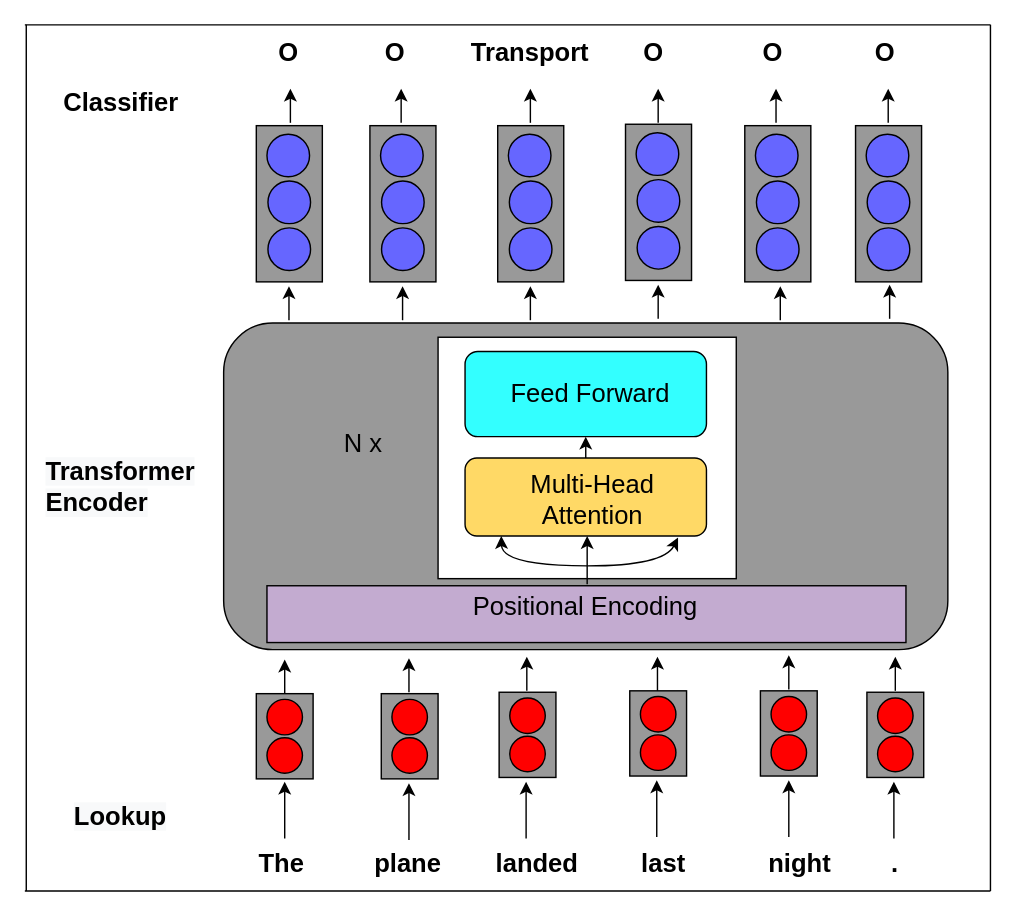
Above: transformer network.drawio in gitofding/first_repository (draw.io), before the change. Source tidied: cells renumbered, new cells numbered last; positions are measured from the earlier drawing's top-left corner, leaving out a move shared by most shapes. Both pictures are drawn from the tidied source at 142%, with x=0, y=0 at pixel (24, 24).
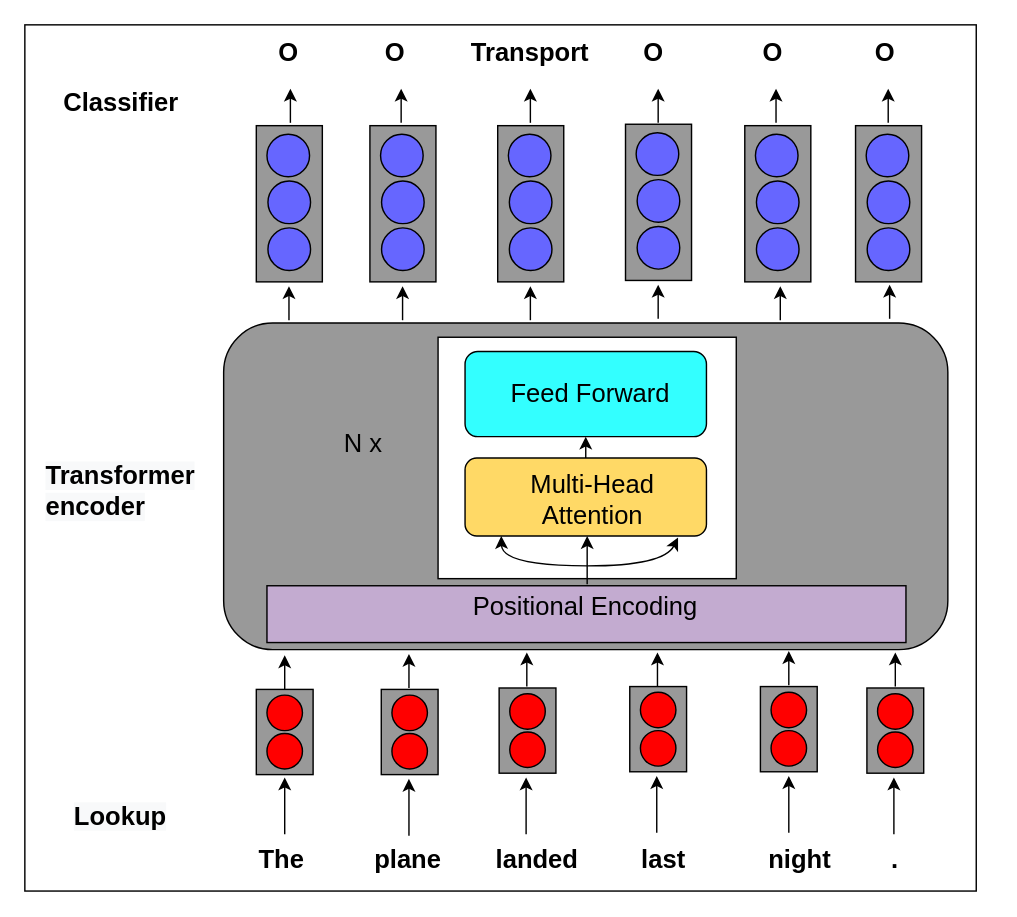
After the change.

Diff of the diagram source:
```diff
@@
     <mxCell id="3" style="rounded=0;whiteSpace=wrap;html=1;fillColor=#999999;" parent="1" vertex="1">
-      <mxGeometry x="163" y="471" width="40" height="60" as="geometry" />
+      <mxGeometry x="163" y="468" width="40" height="60" as="geometry" />
     </mxCell>
     <mxCell id="4" style="ellipse;whiteSpace=wrap;html=1;fillColor=#FF0000;" parent="1" vertex="1">
-      <mxGeometry x="170.5" y="502" width="25" height="25" as="geometry" />
+      <mxGeometry x="170.5" y="499" width="25" height="25" as="geometry" />
     </mxCell>
     <mxCell id="5" style="ellipse;whiteSpace=wrap;html=1;fillColor=#FF0000;" parent="1" vertex="1">
-      <mxGeometry x="170.5" y="475" width="25" height="25" as="geometry" />
+      <mxGeometry x="170.5" y="472" width="25" height="25" as="geometry" />
     </mxCell>
@@
     <mxCell id="30" style="rounded=0;whiteSpace=wrap;html=1;fillColor=#999999;" parent="1" vertex="1">
-      <mxGeometry x="251" y="471" width="40" height="60" as="geometry" />
+      <mxGeometry x="251" y="468" width="40" height="60" as="geometry" />
     </mxCell>
     <mxCell id="31" style="ellipse;whiteSpace=wrap;html=1;fillColor=#FF0000;" parent="1" vertex="1">
-      <mxGeometry x="258.5" y="502" width="25" height="25" as="geometry" />
+      <mxGeometry x="258.5" y="499" width="25" height="25" as="geometry" />
     </mxCell>
     <mxCell id="32" style="ellipse;whiteSpace=wrap;html=1;fillColor=#FF0000;" parent="1" vertex="1">
-      <mxGeometry x="258.5" y="475" width="25" height="25" as="geometry" />
+      <mxGeometry x="258.5" y="472" width="25" height="25" as="geometry" />
     </mxCell>
     <mxCell id="33" style="rounded=0;whiteSpace=wrap;html=1;fillColor=#999999;" parent="1" vertex="1">
-      <mxGeometry x="334" y="470" width="40" height="60" as="geometry" />
+      <mxGeometry x="334" y="467" width="40" height="60" as="geometry" />
     </mxCell>
     <mxCell id="34" style="ellipse;whiteSpace=wrap;html=1;fillColor=#FF0000;" parent="1" vertex="1">
-      <mxGeometry x="341.5" y="501" width="25" height="25" as="geometry" />
+      <mxGeometry x="341.5" y="498" width="25" height="25" as="geometry" />
     </mxCell>
     <mxCell id="35" style="ellipse;whiteSpace=wrap;html=1;fillColor=#FF0000;" parent="1" vertex="1">
-      <mxGeometry x="341.5" y="474" width="25" height="25" as="geometry" />
+      <mxGeometry x="341.5" y="471" width="25" height="25" as="geometry" />
     </mxCell>
     <mxCell id="36" style="rounded=0;whiteSpace=wrap;html=1;fillColor=#999999;" parent="1" vertex="1">
-      <mxGeometry x="426" y="469" width="40" height="60" as="geometry" />
+      <mxGeometry x="426" y="466" width="40" height="60" as="geometry" />
     </mxCell>
     <mxCell id="37" style="ellipse;whiteSpace=wrap;html=1;fillColor=#FF0000;" parent="1" vertex="1">
-      <mxGeometry x="433.5" y="500" width="25" height="25" as="geometry" />
+      <mxGeometry x="433.5" y="497" width="25" height="25" as="geometry" />
     </mxCell>
     <mxCell id="38" style="ellipse;whiteSpace=wrap;html=1;fillColor=#FF0000;" parent="1" vertex="1">
-      <mxGeometry x="433.5" y="473" width="25" height="25" as="geometry" />
+      <mxGeometry x="433.5" y="470" width="25" height="25" as="geometry" />
     </mxCell>
     <mxCell id="39" style="rounded=0;whiteSpace=wrap;html=1;fillColor=#999999;" parent="1" vertex="1">
-      <mxGeometry x="518" y="469" width="40" height="60" as="geometry" />
+      <mxGeometry x="518" y="466" width="40" height="60" as="geometry" />
     </mxCell>
     <mxCell id="40" style="ellipse;whiteSpace=wrap;html=1;fillColor=#FF0000;" parent="1" vertex="1">
-      <mxGeometry x="525.5" y="500" width="25" height="25" as="geometry" />
+      <mxGeometry x="525.5" y="497" width="25" height="25" as="geometry" />
     </mxCell>
     <mxCell id="41" style="ellipse;whiteSpace=wrap;html=1;fillColor=#FF0000;" parent="1" vertex="1">
-      <mxGeometry x="525.5" y="473" width="25" height="25" as="geometry" />
+      <mxGeometry x="525.5" y="470" width="25" height="25" as="geometry" />
     </mxCell>
     <mxCell id="42" style="rounded=0;whiteSpace=wrap;html=1;fillColor=#999999;" parent="1" vertex="1">
-      <mxGeometry x="593" y="470" width="40" height="60" as="geometry" />
+      <mxGeometry x="593" y="467" width="40" height="60" as="geometry" />
     </mxCell>
     <mxCell id="43" style="ellipse;whiteSpace=wrap;html=1;fillColor=#FF0000;" parent="1" vertex="1">
-      <mxGeometry x="600.5" y="501" width="25" height="25" as="geometry" />
+      <mxGeometry x="600.5" y="498" width="25" height="25" as="geometry" />
     </mxCell>
     <mxCell id="44" style="ellipse;whiteSpace=wrap;html=1;fillColor=#FF0000;" parent="1" vertex="1">
-      <mxGeometry x="600.5" y="474" width="25" height="25" as="geometry" />
+      <mxGeometry x="600.5" y="471" width="25" height="25" as="geometry" />
     </mxCell>
     <mxCell id="45" style="endArrow=classic;html=1;" parent="1" edge="1">
       <mxGeometry relative="1" as="geometry">
-        <mxPoint x="183" y="471" as="sourcePoint" />
-        <mxPoint x="183" y="447" as="targetPoint" />
+        <mxPoint x="183" y="468" as="sourcePoint" />
+        <mxPoint x="183" y="444" as="targetPoint" />
       </mxGeometry>
     </mxCell>
     <mxCell id="46" style="endArrow=classic;html=1;" parent="1" edge="1">
       <mxGeometry relative="1" as="geometry">
-        <mxPoint x="183" y="573" as="sourcePoint" />
-        <mxPoint x="183" y="533" as="targetPoint" />
+        <mxPoint x="183" y="570" as="sourcePoint" />
+        <mxPoint x="183" y="530" as="targetPoint" />
       </mxGeometry>
     </mxCell>
     <mxCell id="47" style="endArrow=classic;html=1;" parent="1" edge="1">
       <mxGeometry relative="1" as="geometry">
-        <mxPoint x="270.5" y="470" as="sourcePoint" />
-        <mxPoint x="270.5" y="446" as="targetPoint" />
+        <mxPoint x="270.5" y="467" as="sourcePoint" />
+        <mxPoint x="270.5" y="443" as="targetPoint" />
       </mxGeometry>
     </mxCell>
     <mxCell id="48" style="endArrow=classic;html=1;" parent="1" edge="1">
       <mxGeometry relative="1" as="geometry">
-        <mxPoint x="353.5" y="469" as="sourcePoint" />
-        <mxPoint x="353.5" y="445" as="targetPoint" />
+        <mxPoint x="353.5" y="466" as="sourcePoint" />
+        <mxPoint x="353.5" y="442" as="targetPoint" />
       </mxGeometry>
     </mxCell>
     <mxCell id="49" style="endArrow=classic;html=1;" parent="1" edge="1">
       <mxGeometry relative="1" as="geometry">
-        <mxPoint x="445.5" y="469" as="sourcePoint" />
-        <mxPoint x="445.5" y="445" as="targetPoint" />
+        <mxPoint x="445.5" y="466" as="sourcePoint" />
+        <mxPoint x="445.5" y="442" as="targetPoint" />
       </mxGeometry>
     </mxCell>
     <mxCell id="50" style="endArrow=classic;html=1;" parent="1" edge="1">
       <mxGeometry relative="1" as="geometry">
-        <mxPoint x="538" y="468" as="sourcePoint" />
-        <mxPoint x="538" y="444" as="targetPoint" />
+        <mxPoint x="538" y="465" as="sourcePoint" />
+        <mxPoint x="538" y="441" as="targetPoint" />
       </mxGeometry>
     </mxCell>
     <mxCell id="51" style="endArrow=classic;html=1;" parent="1" edge="1">
       <mxGeometry relative="1" as="geometry">
-        <mxPoint x="613" y="469" as="sourcePoint" />
-        <mxPoint x="613" y="445" as="targetPoint" />
+        <mxPoint x="613" y="466" as="sourcePoint" />
+        <mxPoint x="613" y="442" as="targetPoint" />
       </mxGeometry>
     </mxCell>
@@
     <mxCell id="58" style="endArrow=classic;html=1;" parent="1" edge="1">
       <mxGeometry relative="1" as="geometry">
-        <mxPoint x="270.5" y="574" as="sourcePoint" />
-        <mxPoint x="270.5" y="534" as="targetPoint" />
+        <mxPoint x="270.5" y="571" as="sourcePoint" />
+        <mxPoint x="270.5" y="531" as="targetPoint" />
       </mxGeometry>
     </mxCell>
     <mxCell id="59" style="endArrow=classic;html=1;" parent="1" edge="1">
       <mxGeometry relative="1" as="geometry">
-        <mxPoint x="353" y="573" as="sourcePoint" />
-        <mxPoint x="353" y="533" as="targetPoint" />
+        <mxPoint x="353" y="570" as="sourcePoint" />
+        <mxPoint x="353" y="530" as="targetPoint" />
       </mxGeometry>
     </mxCell>
     <mxCell id="60" style="endArrow=classic;html=1;" parent="1" edge="1">
       <mxGeometry relative="1" as="geometry">
-        <mxPoint x="445" y="572" as="sourcePoint" />
-        <mxPoint x="445" y="532" as="targetPoint" />
+        <mxPoint x="445" y="569" as="sourcePoint" />
+        <mxPoint x="445" y="529" as="targetPoint" />
       </mxGeometry>
     </mxCell>
     <mxCell id="61" style="endArrow=classic;html=1;" parent="1" edge="1">
       <mxGeometry relative="1" as="geometry">
-        <mxPoint x="612" y="573" as="sourcePoint" />
-        <mxPoint x="612" y="533" as="targetPoint" />
+        <mxPoint x="612" y="570" as="sourcePoint" />
+        <mxPoint x="612" y="530" as="targetPoint" />
       </mxGeometry>
     </mxCell>
     <mxCell id="62" style="endArrow=classic;html=1;" parent="1" edge="1">
       <mxGeometry relative="1" as="geometry">
-        <mxPoint x="538" y="572" as="sourcePoint" />
-        <mxPoint x="538" y="532" as="targetPoint" />
+        <mxPoint x="538" y="569" as="sourcePoint" />
+        <mxPoint x="538" y="529" as="targetPoint" />
       </mxGeometry>
     </mxCell>
@@
-    <mxCell id="70" value="&lt;b style=&quot;color: rgb(0 , 0 , 0) ; font-family: &amp;#34;helvetica&amp;#34; ; font-size: 18px ; font-style: normal ; letter-spacing: normal ; text-align: center ; text-indent: 0px ; text-transform: none ; word-spacing: 0px ; background-color: rgb(248 , 249 , 250)&quot;&gt;Transformer Encoder&lt;/b&gt;" style="text;whiteSpace=wrap;html=1;" parent="1" vertex="1">
-      <mxGeometry x="13" y="297.5" width="120" height="75" as="geometry" />
+    <mxCell id="70" value="&lt;b style=&quot;color: rgb(0 , 0 , 0) ; font-family: &amp;#34;helvetica&amp;#34; ; font-size: 18px ; font-style: normal ; letter-spacing: normal ; text-align: center ; text-indent: 0px ; text-transform: none ; word-spacing: 0px ; background-color: rgb(248 , 249 , 250)&quot;&gt;Transformer encoder&lt;/b&gt;" style="text;whiteSpace=wrap;html=1;" parent="1" vertex="1">
+      <mxGeometry x="13" y="301.2" width="110" height="62.5" as="geometry" />
     </mxCell>
@@
     <mxCell id="78" value="&lt;font style=&quot;font-size: 18px&quot;&gt;&lt;b&gt;The&lt;/b&gt;&lt;/font&gt;" style="text;html=1;strokeColor=none;fillColor=none;align=center;verticalAlign=middle;whiteSpace=wrap;rounded=0;" parent="1" vertex="1">
-      <mxGeometry x="161.2" y="581" width="40" height="20" as="geometry" />
+      <mxGeometry x="161.2" y="578" width="40" height="20" as="geometry" />
     </mxCell>
     <mxCell id="79" value="&lt;font style=&quot;font-size: 18px&quot;&gt;&lt;b&gt;plane&lt;/b&gt;&lt;/font&gt;" style="text;html=1;strokeColor=none;fillColor=none;align=center;verticalAlign=middle;whiteSpace=wrap;rounded=0;" parent="1" vertex="1">
-      <mxGeometry x="249.5" y="581" width="40" height="20" as="geometry" />
+      <mxGeometry x="249.5" y="578" width="40" height="20" as="geometry" />
     </mxCell>
     <mxCell id="80" value="&lt;font style=&quot;font-size: 18px&quot;&gt;&lt;b&gt;landed&lt;/b&gt;&lt;/font&gt;" style="text;html=1;strokeColor=none;fillColor=none;align=center;verticalAlign=middle;whiteSpace=wrap;rounded=0;" parent="1" vertex="1">
-      <mxGeometry x="341.2" y="581" width="40" height="20" as="geometry" />
+      <mxGeometry x="341.2" y="578" width="40" height="20" as="geometry" />
     </mxCell>
     <mxCell id="81" value="&lt;font style=&quot;font-size: 18px&quot;&gt;&lt;b&gt;last&lt;/b&gt;&lt;/font&gt;" style="text;html=1;strokeColor=none;fillColor=none;align=center;verticalAlign=middle;whiteSpace=wrap;rounded=0;" parent="1" vertex="1">
-      <mxGeometry x="429.5" y="581" width="40" height="20" as="geometry" />
+      <mxGeometry x="429.5" y="578" width="40" height="20" as="geometry" />
     </mxCell>
     <mxCell id="82" value="&lt;font style=&quot;font-size: 18px&quot;&gt;&lt;b&gt;night&lt;/b&gt;&lt;/font&gt;" style="text;html=1;strokeColor=none;fillColor=none;align=center;verticalAlign=middle;whiteSpace=wrap;rounded=0;" parent="1" vertex="1">
-      <mxGeometry x="525.5" y="581" width="40" height="20" as="geometry" />
+      <mxGeometry x="525.5" y="578" width="40" height="20" as="geometry" />
     </mxCell>
     <mxCell id="83" value="&lt;font style=&quot;font-size: 18px&quot;&gt;&lt;b&gt;.&lt;/b&gt;&lt;/font&gt;" style="text;html=1;strokeColor=none;fillColor=none;align=center;verticalAlign=middle;whiteSpace=wrap;rounded=0;" parent="1" vertex="1">
-      <mxGeometry x="592.5" y="581" width="40" height="20" as="geometry" />
+      <mxGeometry x="592.5" y="578" width="40" height="20" as="geometry" />
     </mxCell>
-    <mxCell id="84" style="endArrow=none;html=1;" parent="1" edge="1">
-      <mxGeometry relative="1" as="geometry">
-        <mxPoint x="680" y="610" as="sourcePoint" />
-        <mxPoint x="680" as="targetPoint" />
-      </mxGeometry>
-    </mxCell>
-    <mxCell id="85" style="endArrow=none;html=1;" parent="1" edge="1">
-      <mxGeometry relative="1" as="geometry">
-        <mxPoint x="1" y="610" as="sourcePoint" />
-        <mxPoint x="1" as="targetPoint" />
-      </mxGeometry>
-    </mxCell>
-    <mxCell id="86" style="endArrow=none;html=1;" parent="1" edge="1">
-      <mxGeometry relative="1" as="geometry">
-        <mxPoint as="sourcePoint" />
-        <mxPoint x="680" as="targetPoint" />
-      </mxGeometry>
-    </mxCell>
@@
-    <mxCell id="95" style="endArrow=none;html=1;" parent="1" edge="1">
-      <mxGeometry relative="1" as="geometry">
-        <mxPoint y="610" as="sourcePoint" />
-        <mxPoint x="680" y="610" as="targetPoint" />
-      </mxGeometry>
-    </mxCell>
@@
+    <mxCell id="100" style="rounded=0;whiteSpace=wrap;html=1;fillColor=none;" parent="1" vertex="1">
+      <mxGeometry width="670" height="610" as="geometry" />
+    </mxCell>
```
